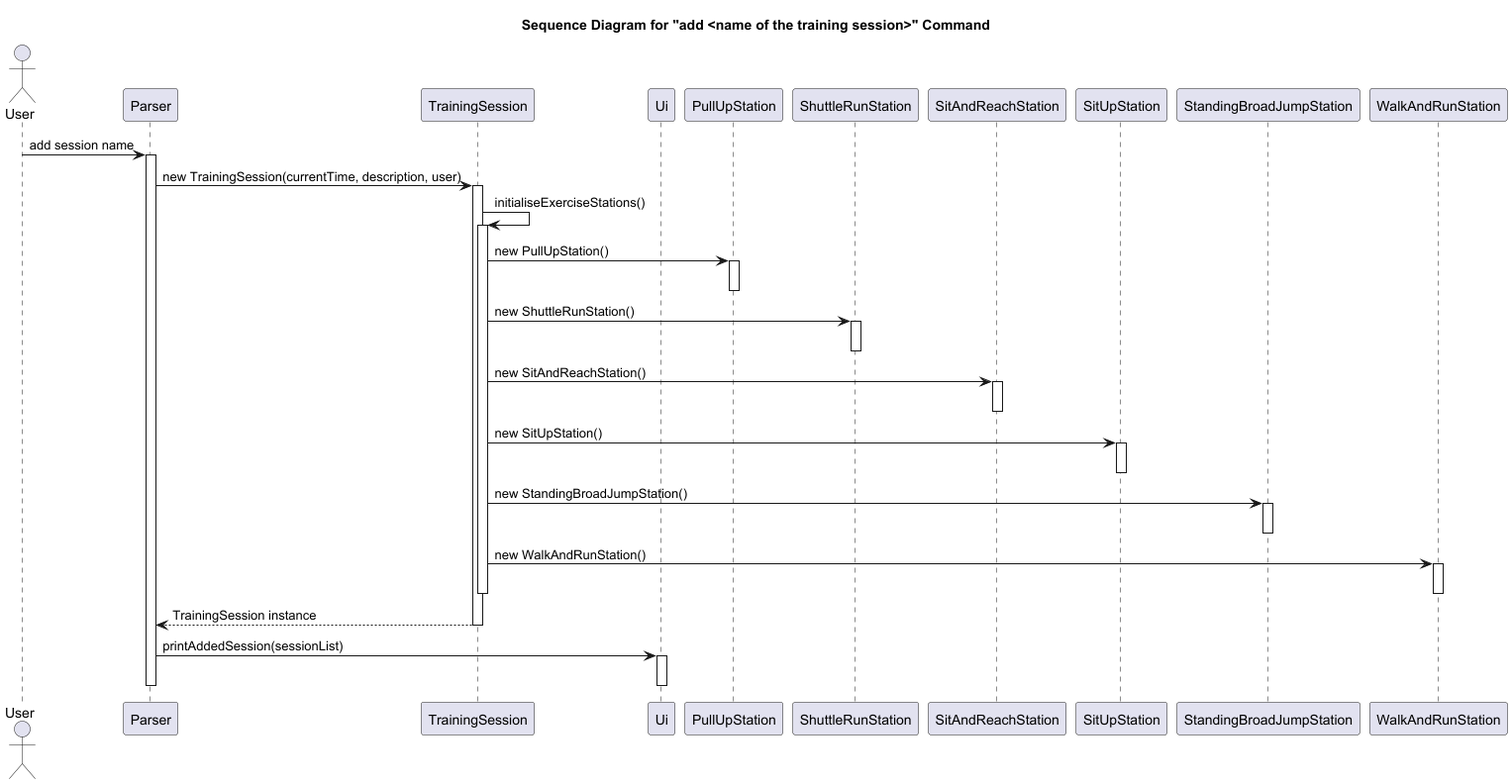
Above: docs/Images/Sequence_addTrainingSessionCommand.png in nus-cs2113-AY2425S1/tp (PlantUML), before the change. Source of this version:
```plantuml
@startuml
title Sequence Diagram for "add <name of the training session>" Command

actor User
participant Parser
participant TrainingSession
participant Ui
participant PullUpStation
participant ShuttleRunStation
participant SitAndReachStation
participant SitUpStation
participant StandingBroadJumpStation
participant WalkAndRunStation

User -> Parser: add session name
activate Parser

Parser -> TrainingSession: new TrainingSession(currentTime, description, user)
activate TrainingSession

TrainingSession -> TrainingSession: initialiseExerciseStations()
activate TrainingSession

TrainingSession -> PullUpStation: new PullUpStation()
activate PullUpStation
deactivate PullUpStation

TrainingSession -> ShuttleRunStation: new ShuttleRunStation()
activate ShuttleRunStation
deactivate ShuttleRunStation

TrainingSession -> SitAndReachStation: new SitAndReachStation()
activate SitAndReachStation
deactivate SitAndReachStation

TrainingSession -> SitUpStation: new SitUpStation()
activate SitUpStation
deactivate SitUpStation

TrainingSession -> StandingBroadJumpStation: new StandingBroadJumpStation()
activate StandingBroadJumpStation
deactivate StandingBroadJumpStation

TrainingSession -> WalkAndRunStation: new WalkAndRunStation()
activate WalkAndRunStation
deactivate WalkAndRunStation

deactivate TrainingSession

return TrainingSession instance
deactivate TrainingSession

Parser -> Ui: printAddedSession(sessionList)
activate Ui
deactivate Ui

deactivate Parser
@enduml
```
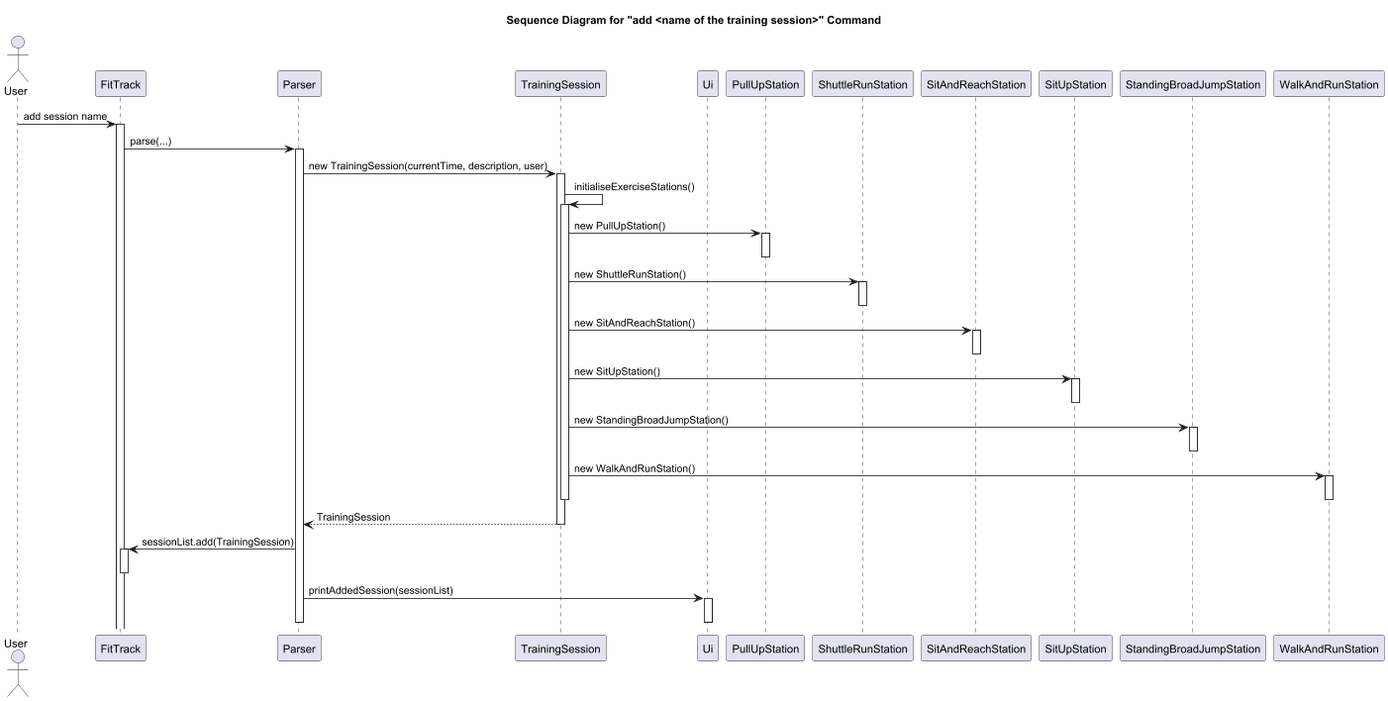
The same diagram one commit later.

Commit message:
docs: enhance sequence diagram to include FitTrack interaction

Change to the diagram source:
```diff
@@ -2,6 +2,7 @@
 title Sequence Diagram for "add <name of the training session>" Command
 
 actor User
+participant FitTrack
 participant Parser
 participant TrainingSession
 participant Ui
@@ -12,7 +13,10 @@
 participant StandingBroadJumpStation
 participant WalkAndRunStation
 
-User -> Parser: add session name
+User -> FitTrack: add session name
+activate FitTrack
+
+FitTrack -> Parser: parse(...)
 activate Parser
 
 Parser -> TrainingSession: new TrainingSession(currentTime, description, user)
@@ -47,8 +51,12 @@
 
 deactivate TrainingSession
 
-return TrainingSession instance
+return TrainingSession
 deactivate TrainingSession
+
+Parser -> FitTrack: sessionList.add(TrainingSession)
+activate FitTrack
+deactivate FitTrack
 
 Parser -> Ui: printAddedSession(sessionList)
 activate Ui
```
